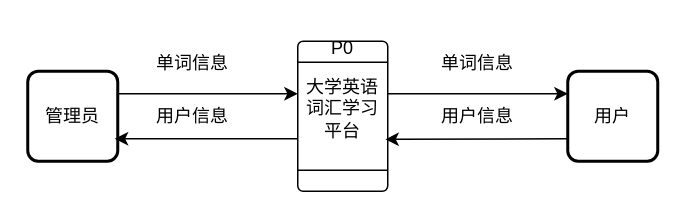
The draw.io diagram page "第 3 页" (3 of 9) of 功能模块图.drawio in 13593227471/HelloGitHub, before the edit. Source tidied: cells renumbered, new cells numbered last; positions are measured from the earlier drawing's top-left corner, leaving out a move shared by most shapes. Both pictures are drawn from the tidied source at 150%, with x=0, y=0 at pixel (27, 26).
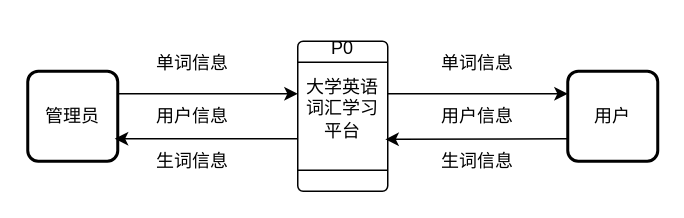
The same diagram, later.

The edit, as a diff of the source:
```diff
@@
 <mxGraphModel>
   <root>
     <mxCell id="0" />
     <mxCell id="1" parent="0" />
     <mxCell id="2" value="管理员" style="rounded=1;whiteSpace=wrap;html=1;absoluteArcSize=1;arcSize=14;strokeWidth=2;" parent="1" vertex="1">
       <mxGeometry y="30" width="60" height="60" as="geometry" />
     </mxCell>
     <mxCell id="3" style="endArrow=classic;html=1;rounded=0;exitX=1;exitY=0.25;exitDx=0;exitDy=0;" parent="1" edge="1" source="2">
       <mxGeometry relative="1" as="geometry">
         <mxPoint x="180" y="45" as="targetPoint" />
       </mxGeometry>
     </mxCell>
     <mxCell id="4" style="endArrow=classic;html=1;rounded=0;exitX=1;exitY=0.25;exitDx=0;exitDy=0;" parent="1" edge="1">
       <mxGeometry relative="1" as="geometry">
         <mxPoint x="240" y="45" as="sourcePoint" />
         <mxPoint x="360" y="45" as="targetPoint" />
       </mxGeometry>
     </mxCell>
     <mxCell id="5" value="单词信息" style="text;html=1;strokeColor=none;fillColor=none;align=center;verticalAlign=middle;whiteSpace=wrap;rounded=0;" parent="1" vertex="1">
       <mxGeometry x="80" y="10" width="60" height="30" as="geometry" />
     </mxCell>
     <mxCell id="6" value="用户信息" style="text;html=1;strokeColor=none;fillColor=none;align=center;verticalAlign=middle;whiteSpace=wrap;rounded=0;" parent="1" vertex="1">
       <mxGeometry x="80" y="45" width="60" height="30" as="geometry" />
     </mxCell>
     <mxCell id="7" style="verticalLabelPosition=bottom;verticalAlign=top;html=1;shape=process;whiteSpace=wrap;rounded=1;size=0.14;arcSize=6;rotation=-90;" parent="1" vertex="1">
       <mxGeometry x="160" y="30" width="100" height="60" as="geometry" />
     </mxCell>
     <mxCell id="8" value="P0" style="text;html=1;strokeColor=none;fillColor=none;align=center;verticalAlign=middle;whiteSpace=wrap;rounded=0;" parent="1" vertex="1">
       <mxGeometry x="180" width="60" height="30" as="geometry" />
     </mxCell>
     <mxCell id="9" value="大学英语词汇学习平台" style="text;html=1;strokeColor=none;fillColor=none;align=center;verticalAlign=middle;whiteSpace=wrap;rounded=0;" parent="1" vertex="1">
       <mxGeometry x="180" y="40" width="60" height="30" as="geometry" />
     </mxCell>
     <mxCell id="10" value="单词信息" style="text;html=1;strokeColor=none;fillColor=none;align=center;verticalAlign=middle;whiteSpace=wrap;rounded=0;" parent="1" vertex="1">
       <mxGeometry x="270" y="10" width="60" height="30" as="geometry" />
     </mxCell>
     <mxCell id="11" value="用户信息" style="text;html=1;strokeColor=none;fillColor=none;align=center;verticalAlign=middle;whiteSpace=wrap;rounded=0;" parent="1" vertex="1">
       <mxGeometry x="270" y="45" width="60" height="30" as="geometry" />
     </mxCell>
     <mxCell id="12" value="用户" style="rounded=1;whiteSpace=wrap;html=1;absoluteArcSize=1;arcSize=14;strokeWidth=2;" parent="1" vertex="1">
       <mxGeometry x="360" y="30" width="60" height="60" as="geometry" />
     </mxCell>
     <mxCell id="13" style="endArrow=classic;html=1;rounded=0;exitX=0;exitY=0.75;exitDx=0;exitDy=0;entryX=0.346;entryY=0.973;entryDx=0;entryDy=0;entryPerimeter=0;" parent="1" edge="1" source="12" target="7">
       <mxGeometry relative="1" as="geometry" />
     </mxCell>
     <mxCell id="14" style="endArrow=classic;html=1;rounded=0;exitX=0;exitY=0.75;exitDx=0;exitDy=0;entryX=0.346;entryY=0.973;entryDx=0;entryDy=0;entryPerimeter=0;" parent="1" edge="1">
       <mxGeometry relative="1" as="geometry">
         <mxPoint x="180" y="75" as="sourcePoint" />
         <mxPoint x="58" y="75" as="targetPoint" />
       </mxGeometry>
     </mxCell>
+    <mxCell id="15" value="生词信息" style="text;html=1;strokeColor=none;fillColor=none;align=center;verticalAlign=middle;whiteSpace=wrap;rounded=0;" parent="1" vertex="1">
+      <mxGeometry x="270" y="75" width="60" height="30" as="geometry" />
+    </mxCell>
+    <mxCell id="16" value="生词信息" style="text;html=1;strokeColor=none;fillColor=none;align=center;verticalAlign=middle;whiteSpace=wrap;rounded=0;" parent="1" vertex="1">
+      <mxGeometry x="80" y="75" width="60" height="30" as="geometry" />
+    </mxCell>
   </root>
 </mxGraphModel>
```
